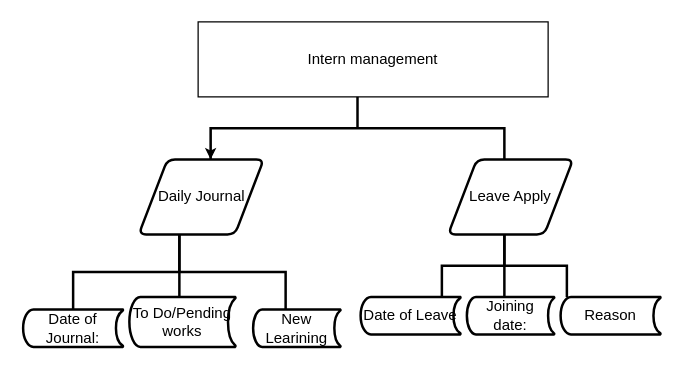
Above: Untitled Diagram.drawio in Gowtham-77/task (draw.io), before the change. Source tidied: cells renumbered, new cells numbered last; positions are measured from the earlier drawing's top-left corner, leaving out a move shared by most shapes. Both pictures are drawn from the tidied source at 125%, with x=0, y=0 at pixel (22, 21).
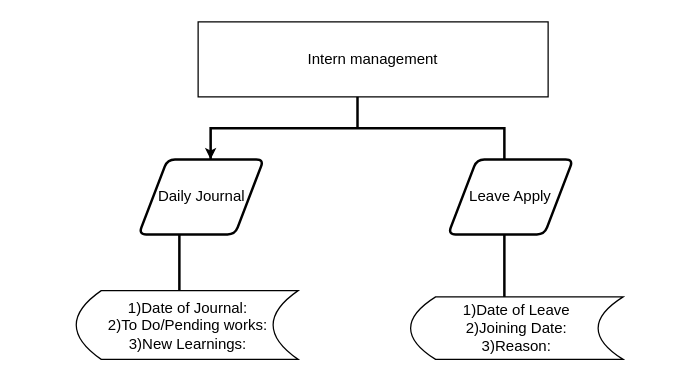
The same diagram, later.

The edit, as a diff of the source:
```diff
@@
 <mxGraphModel>
   <root>
     <mxCell id="0" />
     <mxCell id="1" parent="0" />
     <mxCell id="2" value="Intern management" style="rounded=0;whiteSpace=wrap;html=1;" parent="1" vertex="1">
       <mxGeometry x="140" width="280" height="60" as="geometry" />
     </mxCell>
     <mxCell id="3" style="strokeWidth=2;html=1;shape=mxgraph.flowchart.annotation_2;align=left;labelPosition=right;direction=south;" parent="1" vertex="1">
       <mxGeometry x="150" y="60" width="235" height="50" as="geometry" />
     </mxCell>
     <mxCell id="4" value="Daily Journal" style="shape=parallelogram;html=1;strokeWidth=2;perimeter=parallelogramPerimeter;whiteSpace=wrap;rounded=1;arcSize=12;size=0.23;" parent="1" vertex="1">
       <mxGeometry x="92.5" y="110" width="100" height="60" as="geometry" />
     </mxCell>
     <mxCell id="5" value="Leave Apply" style="shape=parallelogram;html=1;strokeWidth=2;perimeter=parallelogramPerimeter;whiteSpace=wrap;rounded=1;arcSize=12;size=0.23;" parent="1" vertex="1">
       <mxGeometry x="340" y="110" width="100" height="60" as="geometry" />
     </mxCell>
-    <mxCell id="6" value="Date of Journal:" style="strokeWidth=2;html=1;shape=mxgraph.flowchart.stored_data;whiteSpace=wrap;" parent="1" vertex="1">
-      <mxGeometry y="230" width="80" height="30" as="geometry" />
-    </mxCell>
-    <mxCell id="7" value="New Learining" style="strokeWidth=2;html=1;shape=mxgraph.flowchart.stored_data;whiteSpace=wrap;" parent="1" vertex="1">
-      <mxGeometry x="184" y="230" width="70" height="30" as="geometry" />
-    </mxCell>
     <mxCell id="8" style="line;strokeWidth=2;direction=south;html=1;fontFamily=Helvetica;fontSize=12;fontColor=#000000;align=left;strokeColor=#000000;fillColor=#ffffff;" parent="1" vertex="1">
       <mxGeometry x="50" y="170" width="150" height="50" as="geometry" />
     </mxCell>
     <mxCell id="9" style="edgeStyle=orthogonalEdgeStyle;rounded=0;orthogonalLoop=1;jettySize=auto;html=1;exitX=0.5;exitY=1;exitDx=0;exitDy=0;exitPerimeter=0;entryX=1;entryY=1;entryDx=0;entryDy=0;entryPerimeter=0;" parent="1" edge="1" source="3" target="3">
       <mxGeometry relative="1" as="geometry" />
     </mxCell>
     <mxCell id="10" style="line;strokeWidth=2;direction=south;html=1;fontFamily=Helvetica;fontSize=12;fontColor=#000000;align=left;strokeColor=#000000;fillColor=#ffffff;" parent="1" vertex="1">
       <mxGeometry x="310" y="170" width="150" height="50" as="geometry" />
     </mxCell>
-    <mxCell id="11" value="Date of Leave" style="strokeWidth=2;html=1;shape=mxgraph.flowchart.stored_data;whiteSpace=wrap;" parent="1" vertex="1">
-      <mxGeometry x="270" y="220" width="80" height="30" as="geometry" />
-    </mxCell>
-    <mxCell id="12" value="Joining date:" style="strokeWidth=2;html=1;shape=mxgraph.flowchart.stored_data;whiteSpace=wrap;" parent="1" vertex="1">
-      <mxGeometry x="355" y="220" width="70" height="30" as="geometry" />
-    </mxCell>
-    <mxCell id="13" value="Reason" style="strokeWidth=2;html=1;shape=mxgraph.flowchart.stored_data;whiteSpace=wrap;" parent="1" vertex="1">
-      <mxGeometry x="430" y="220" width="80" height="30" as="geometry" />
-    </mxCell>
-    <mxCell id="14" style="strokeWidth=2;html=1;shape=mxgraph.flowchart.annotation_2;align=left;labelPosition=right;direction=south;" parent="1" vertex="1">
-      <mxGeometry x="40" y="170" width="170" height="60" as="geometry" />
-    </mxCell>
-    <mxCell id="15" style="strokeWidth=2;html=1;shape=mxgraph.flowchart.annotation_2;align=left;labelPosition=right;direction=south;" parent="1" vertex="1">
-      <mxGeometry x="335" y="170" width="100" height="50" as="geometry" />
-    </mxCell>
-    <mxCell id="16" value="To Do/Pending works" style="strokeWidth=2;html=1;shape=mxgraph.flowchart.stored_data;whiteSpace=wrap;" parent="1" vertex="1">
-      <mxGeometry x="85" y="220" width="85" height="40" as="geometry" />
-    </mxCell>
+    <mxCell id="17" value="1)Date of Leave&lt;br&gt;2)Joining Date:&lt;br&gt;3)Reason:" style="shape=dataStorage;whiteSpace=wrap;html=1;fixedSize=1;" parent="1" vertex="1">
+      <mxGeometry x="310" y="220" width="170" height="50" as="geometry" />
+    </mxCell>
+    <mxCell id="18" value="1)Date of Journal:&lt;br&gt;2)To Do/Pending works:&lt;br&gt;3)New Learnings:" style="shape=dataStorage;whiteSpace=wrap;html=1;fixedSize=1;" parent="1" vertex="1">
+      <mxGeometry x="42.5" y="215" width="177.5" height="55" as="geometry" />
+    </mxCell>
   </root>
 </mxGraphModel>
```
